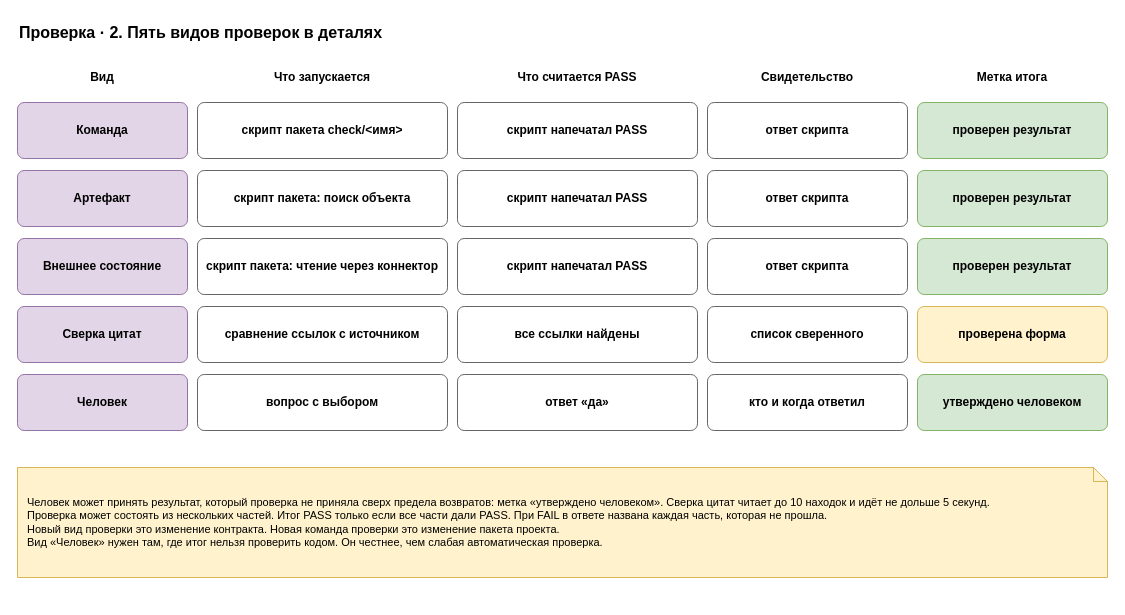
The draw.io diagram page "13. Виды проверок" (13 of 24) of docs/spec/harness-spec.drawio in roygkov/reins, before the edit. Source tidied: cells renumbered, new cells numbered last; positions are measured from the earlier drawing's top-left corner, leaving out a move shared by most shapes. Both pictures are drawn from the tidied source at 100%, with x=0, y=0 at pixel (17, 17).
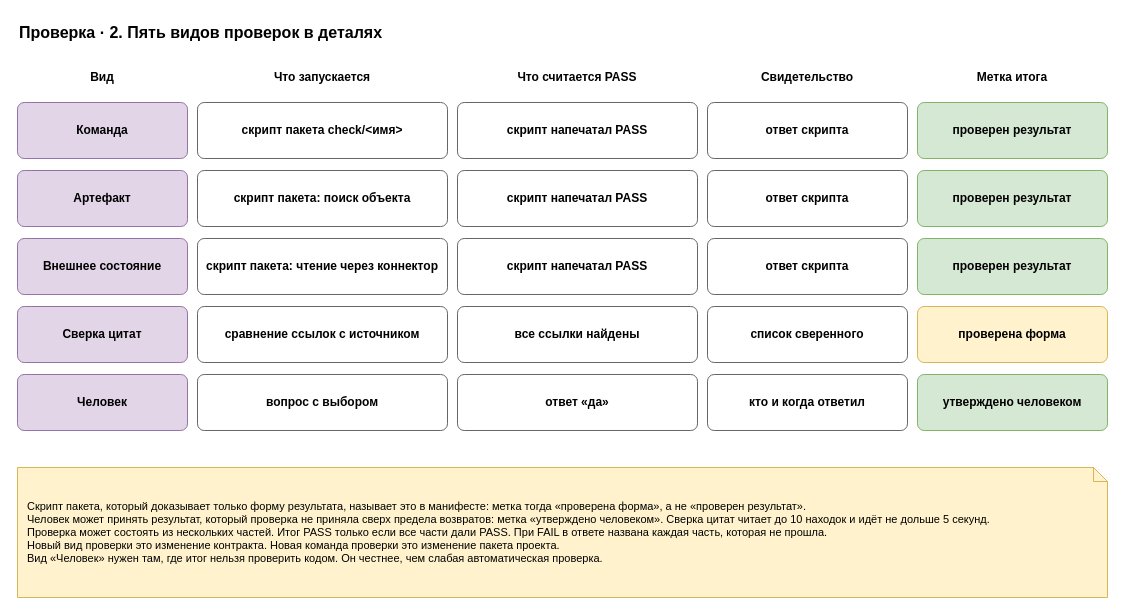
After the change.

What changed in the source:
```diff
@@
-    <mxCell id="33" value="Человек может принять результат, который проверка не приняла сверх предела возвратов: метка «утверждено человеком». Сверка цитат читает до 10 находок и идёт не дольше 5 секунд.&lt;br&gt;Проверка может состоять из нескольких частей. Итог PASS только если все части дали PASS. При FAIL в ответе названа каждая часть, которая не прошла.&lt;br&gt;Новый вид проверки это изменение контракта. Новая команда проверки это изменение пакета проекта.&lt;br&gt;Вид «Человек» нужен там, где итог нельзя проверить кодом. Он честнее, чем слабая автоматическая проверка." style="shape=note;whiteSpace=wrap;html=1;backgroundOutline=1;size=14;fillColor=#fff2cc;strokeColor=#d6b656;align=left;spacingLeft=8;spacingRight=8;fontSize=11;" parent="1" vertex="1">
-      <mxGeometry y="450" width="1090" height="110" as="geometry" />
+    <mxCell id="33" value="Скрипт пакета, который доказывает только форму результата, называет это в манифесте: метка тогда «проверена форма», а не «проверен результат».&lt;br&gt;Человек может принять результат, который проверка не приняла сверх предела возвратов: метка «утверждено человеком». Сверка цитат читает до 10 находок и идёт не дольше 5 секунд.&lt;br&gt;Проверка может состоять из нескольких частей. Итог PASS только если все части дали PASS. При FAIL в ответе названа каждая часть, которая не прошла.&lt;br&gt;Новый вид проверки это изменение контракта. Новая команда проверки это изменение пакета проекта.&lt;br&gt;Вид «Человек» нужен там, где итог нельзя проверить кодом. Он честнее, чем слабая автоматическая проверка." style="shape=note;whiteSpace=wrap;html=1;backgroundOutline=1;size=14;fillColor=#fff2cc;strokeColor=#d6b656;align=left;spacingLeft=8;spacingRight=8;fontSize=11;" parent="1" vertex="1">
+      <mxGeometry y="450" width="1090" height="130" as="geometry" />
     </mxCell>
```
